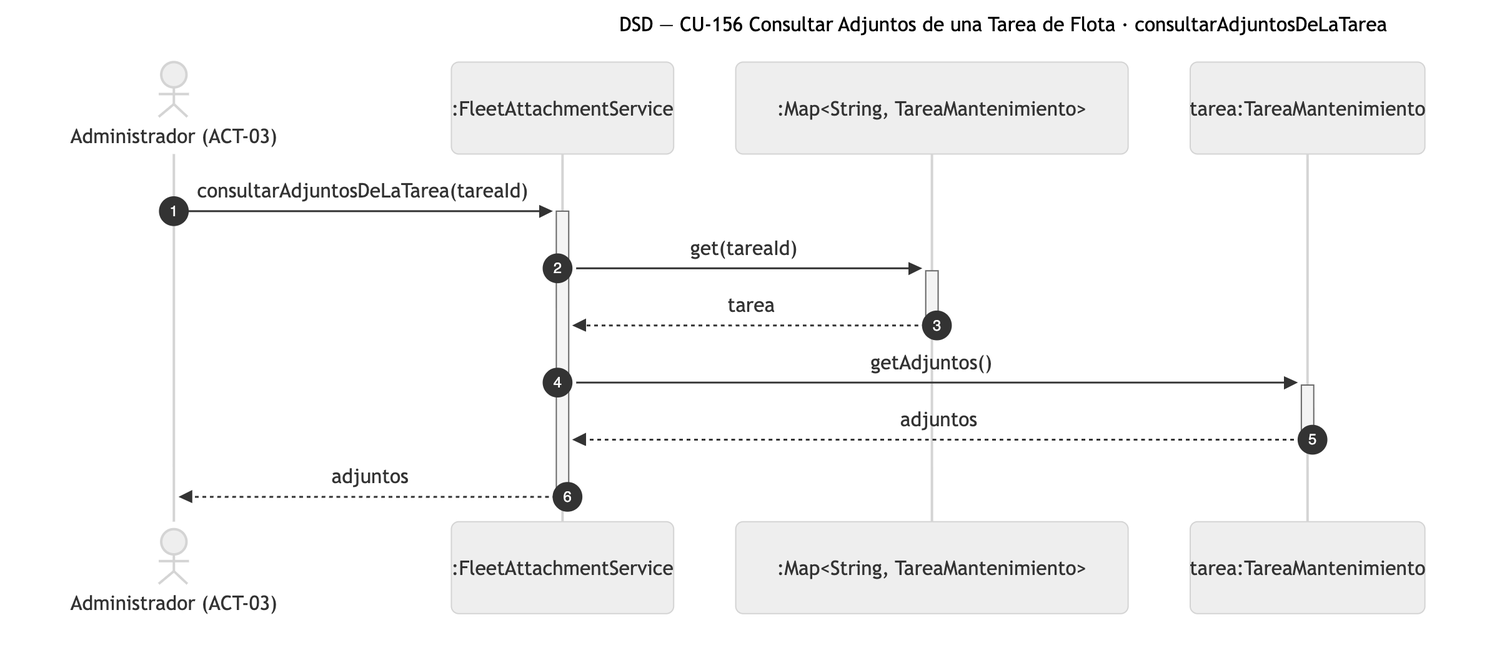
Earlier version of the Mermaid export diagramas/png/DSD_CU-156_consultarAdjuntosDeLaTarea.png (Nahuelito-Dev/splg-docs). Its source is kept beside it as diagramas/DSD_CU-156_consultarAdjuntosDeLaTarea.mmd.
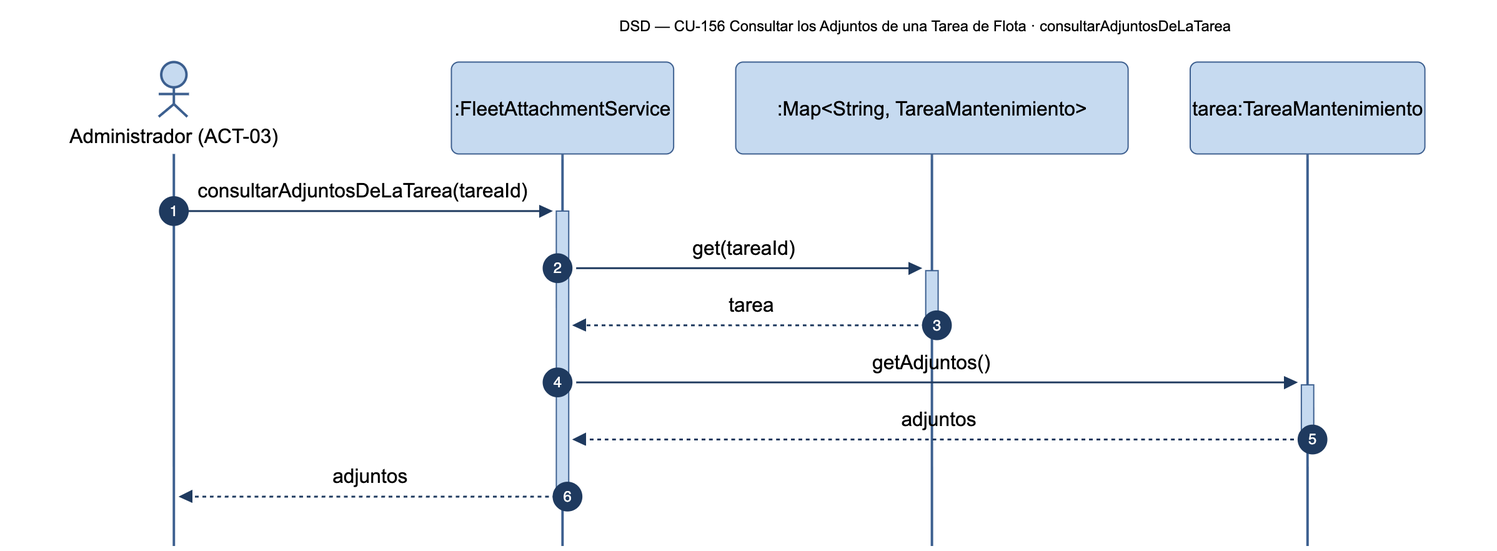
The same file after the commit.

The edit, as a diff of the source:
```diff
@@ -1,5 +1,5 @@
 sequenceDiagram
-    title DSD — CU-156 Consultar Adjuntos de una Tarea de Flota · consultarAdjuntosDeLaTarea
+    title DSD — CU-156 Consultar los Adjuntos de una Tarea de Flota · consultarAdjuntosDeLaTarea
     autonumber
     actor ADM as Administrador (ACT-03)
     participant SRV as :FleetAttachmentService
```
